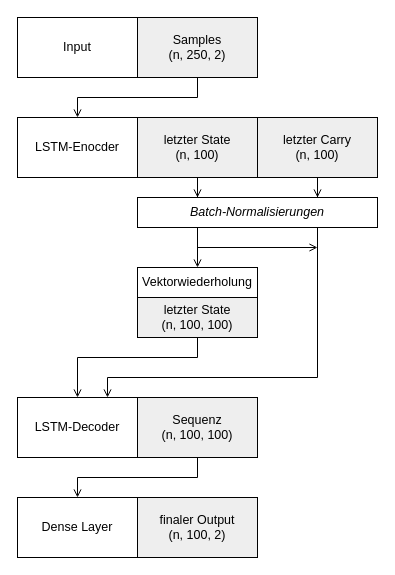
visserle/two-hearts keeps this draw.io diagram as plots/model_2.drawio. Above is the earlier version. Source tidied: cells renumbered, new cells numbered last; positions are measured from the earlier drawing's top-left corner, leaving out a move shared by most shapes. Both pictures are drawn from the tidied source at 100%, with x=0, y=0 at pixel (17, 17).
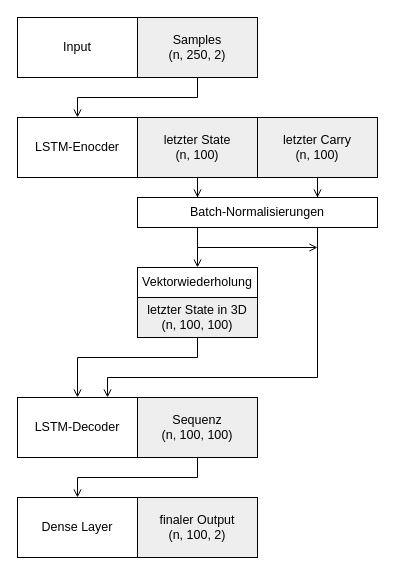
The same page after the edit.

What changed in the source:
```diff
@@
-    <mxCell id="15" style="edgeStyle=orthogonalEdgeStyle;rounded=0;jettySize=auto;html=1;endArrow=open;endFill=0;exitX=0.25;exitY=1;exitDx=0;exitDy=0;align=center;fontSize=12.5;horizontal=1;" parent="1" edge="1" source="17">
+    <mxCell id="15" style="edgeStyle=orthogonalEdgeStyle;rounded=0;jettySize=auto;html=1;endArrow=open;endFill=0;exitX=0.25;exitY=1;exitDx=0;exitDy=0;align=center;fontSize=12.5;horizontal=1;fontStyle=0;" parent="1" edge="1" source="17">
       <mxGeometry relative="1" as="geometry">
         <mxPoint x="300" y="230" as="targetPoint" />
         <Array as="points">
           <mxPoint x="180" y="230" />
           <mxPoint x="300" y="230" />
         </Array>
       </mxGeometry>
     </mxCell>
-    <mxCell id="16" style="edgeStyle=orthogonalEdgeStyle;rounded=0;jettySize=auto;html=1;entryX=0.5;entryY=0;entryDx=0;entryDy=0;endArrow=open;endFill=0;fontSize=12.5;horizontal=1;" parent="1" edge="1" source="17" target="21">
+    <mxCell id="16" style="edgeStyle=orthogonalEdgeStyle;rounded=0;jettySize=auto;html=1;entryX=0.5;entryY=0;entryDx=0;entryDy=0;endArrow=open;endFill=0;fontSize=12.5;horizontal=1;fontStyle=0;" parent="1" edge="1" source="17" target="21">
       <mxGeometry relative="1" as="geometry">
         <Array as="points">
           <mxPoint x="180" y="220" />
           <mxPoint x="180" y="220" />
         </Array>
       </mxGeometry>
     </mxCell>
-    <mxCell id="17" value="&lt;font style=&quot;font-size: 12.5px;&quot;&gt;Batch-Normalisierung&lt;/font&gt;en" style="text;html=1;align=center;verticalAlign=middle;whiteSpace=wrap;rounded=0;fontSize=12.5;fontStyle=2;fillColor=default;strokeColor=default;horizontal=1;" parent="1" vertex="1">
+    <mxCell id="17" value="&lt;font style=&quot;font-size: 12.5px;&quot;&gt;Batch-Normalisierung&lt;/font&gt;en" style="text;html=1;align=center;verticalAlign=middle;whiteSpace=wrap;rounded=0;fontSize=12.5;fontStyle=0;fillColor=default;strokeColor=default;horizontal=1;" parent="1" vertex="1">
       <mxGeometry x="120" y="180" width="240" height="30" as="geometry" />
     </mxCell>
@@
-    <mxCell id="20" value="&lt;div style=&quot;font-size: 12.5px;&quot;&gt;letzter State&lt;/div&gt;&lt;div style=&quot;font-size: 12.5px;&quot;&gt;(n, 100, 100)&lt;br style=&quot;font-size: 12.5px;&quot;&gt;&lt;/div&gt;" style="rounded=0;whiteSpace=wrap;html=1;strokeColor=default;fillColor=#EEEEEE;fontSize=12.5;horizontal=1;" parent="1" vertex="1">
+    <mxCell id="20" value="&lt;div style=&quot;font-size: 12.5px;&quot;&gt;letzter State in 3D&lt;br&gt;&lt;/div&gt;&lt;div style=&quot;font-size: 12.5px;&quot;&gt;(n, 100, 100)&lt;br style=&quot;font-size: 12.5px;&quot;&gt;&lt;/div&gt;" style="rounded=0;whiteSpace=wrap;html=1;strokeColor=default;fillColor=#EEEEEE;fontSize=12.5;horizontal=1;" parent="1" vertex="1">
       <mxGeometry x="120" y="280" width="120" height="40" as="geometry" />
     </mxCell>
-    <mxCell id="21" value="&lt;div style=&quot;font-size: 12.5px;&quot;&gt;Vektorwiederholung&lt;/div&gt;" style="rounded=0;whiteSpace=wrap;html=1;strokeColor=default;fillColor=#FFFFFF;fontSize=12.5;horizontal=1;" parent="1" vertex="1">
+    <mxCell id="21" value="&lt;div style=&quot;font-size: 12.5px;&quot;&gt;Vektorwiederholung&lt;/div&gt;" style="rounded=0;whiteSpace=wrap;html=1;strokeColor=default;fillColor=#FFFFFF;fontSize=12.5;horizontal=1;fontStyle=0;" parent="1" vertex="1">
       <mxGeometry x="120" y="250" width="120" height="30" as="geometry" />
     </mxCell>
```
